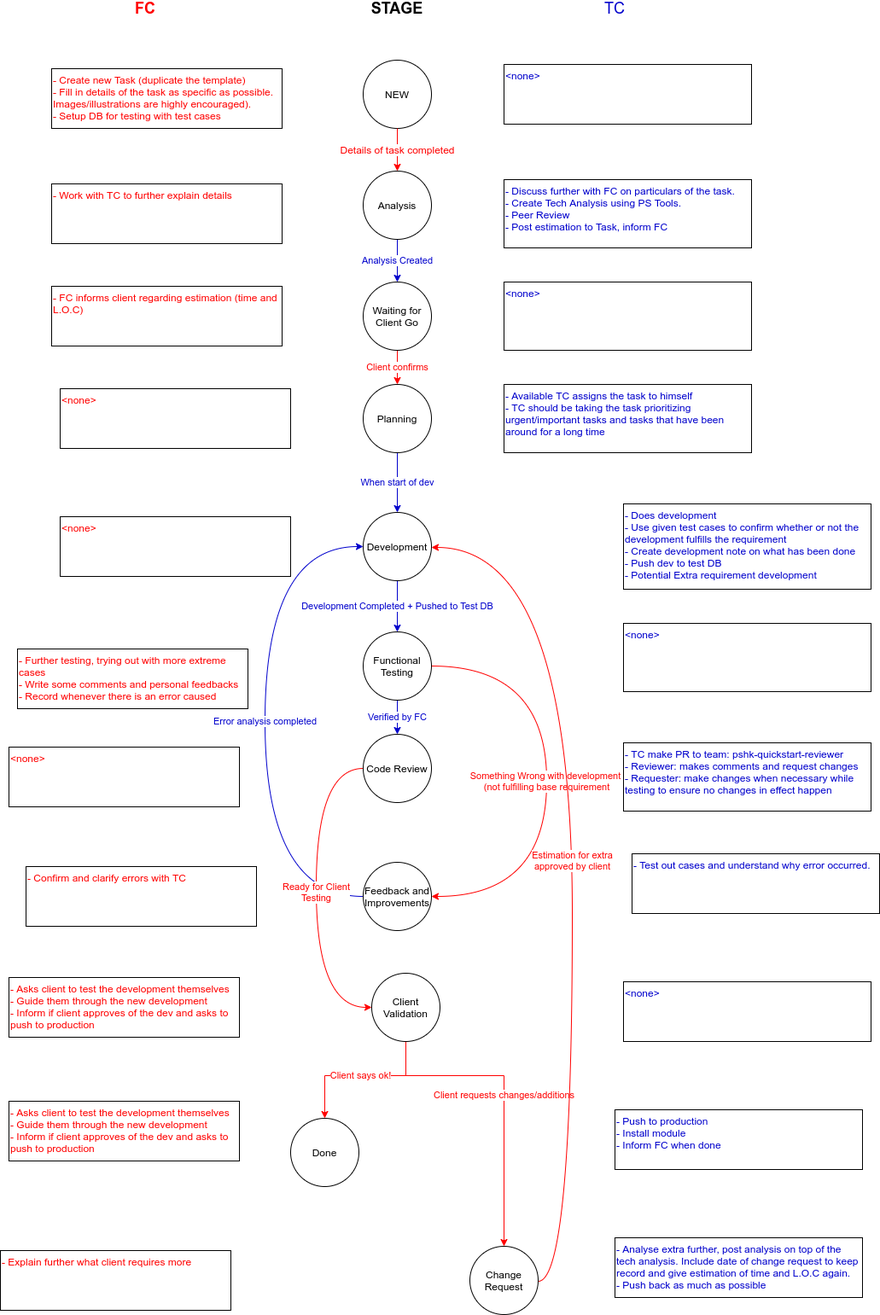
Earlier version of the draw.io export img/PSHK PROCESS.png (odoo-ps/pshk-process). Source tidied: cells renumbered, new cells last; positions are measured from the earlier drawing's top-left corner, leaving out a move shared by most shapes.
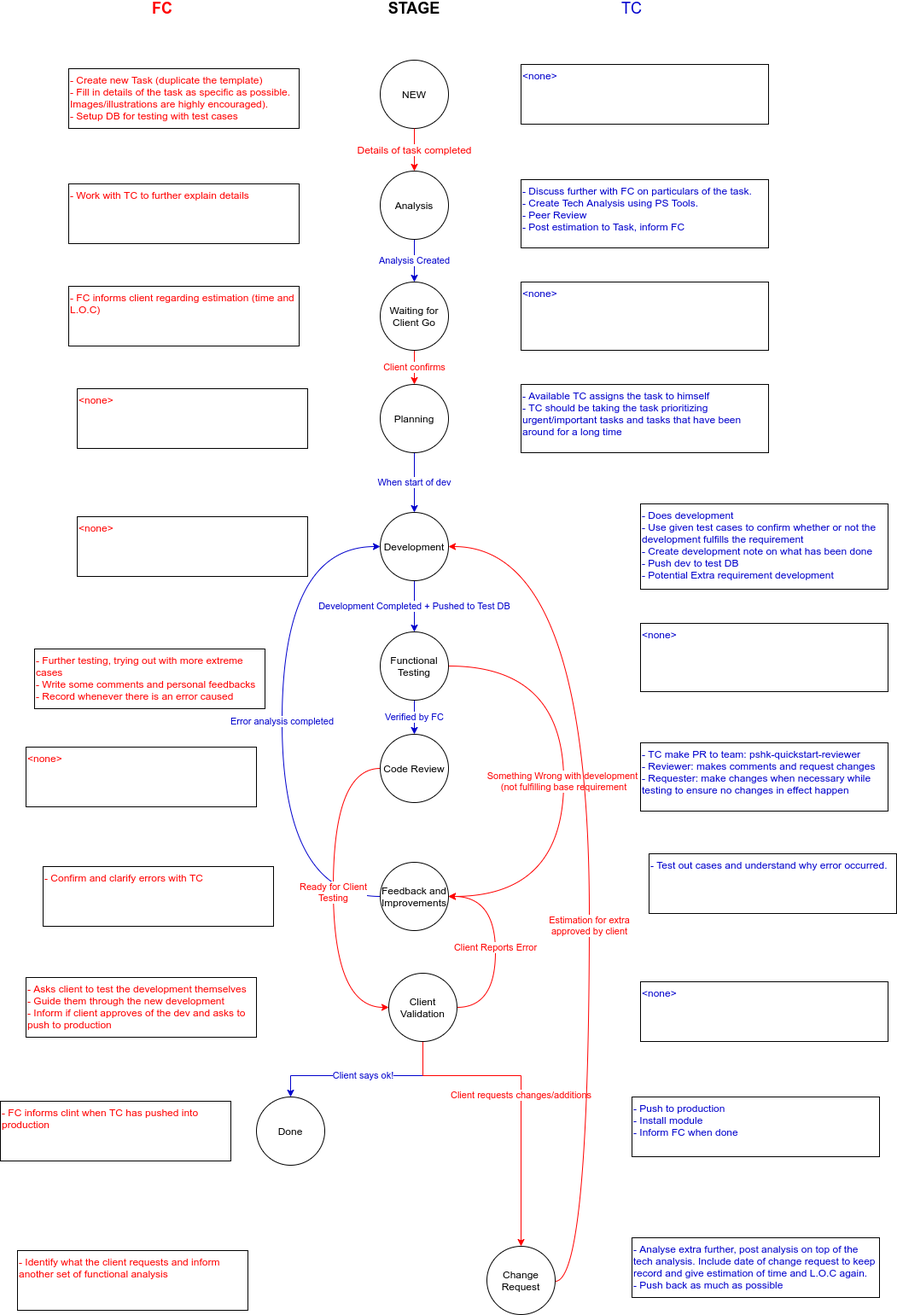
After the change.

Diff of the diagram source:
```diff
@@ -125,11 +125,11 @@
     <mxCell id="37" value="&amp;lt;none&amp;gt;" style="rounded=0;whiteSpace=wrap;html=1;labelBackgroundColor=#ffffff;fontSize=12;align=left;verticalAlign=top;fontColor=#FF0000;" parent="1" vertex="1">
       <mxGeometry x="10" y="875" width="270" height="70" as="geometry" />
     </mxCell>
-    <mxCell id="38" value="&lt;font color=&quot;#ff0000&quot;&gt;Client says ok!&lt;/font&gt;" style="edgeStyle=orthogonalEdgeStyle;jettySize=auto;html=1;strokeColor=#FF0000;rounded=0;" parent="1" edge="1" source="40" target="43">
+    <mxCell id="38" value="&lt;font color=&quot;#0000cc&quot;&gt;Client says ok!&lt;/font&gt;" style="edgeStyle=orthogonalEdgeStyle;jettySize=auto;html=1;rounded=0;strokeColor=#0000CC;entryX=0.5;entryY=0;entryDx=0;entryDy=0;" parent="1" edge="1" source="40" target="43">
       <mxGeometry relative="1" as="geometry">
         <Array as="points">
           <mxPoint x="475" y="1260" />
-          <mxPoint x="380" y="1260" />
+          <mxPoint x="320" y="1260" />
         </Array>
       </mxGeometry>
     </mxCell>
@@ -141,6 +141,14 @@
         </Array>
       </mxGeometry>
     </mxCell>
+    <mxCell id="50" value="&lt;font color=&quot;#ff0000&quot;&gt;Client Reports Error&lt;/font&gt;" style="edgeStyle=orthogonalEdgeStyle;jettySize=auto;html=1;entryX=1;entryY=0.5;entryDx=0;entryDy=0;curved=1;strokeColor=#FF0000;" parent="1" edge="1" source="40" target="31">
+      <mxGeometry relative="1" as="geometry">
+        <Array as="points">
+          <mxPoint x="560" y="1180" />
+          <mxPoint x="560" y="1050" />
+        </Array>
+      </mxGeometry>
+    </mxCell>
     <mxCell id="40" value="Client Validation" style="ellipse;whiteSpace=wrap;html=1;" parent="1" vertex="1">
       <mxGeometry x="435" y="1140" width="80" height="80" as="geometry" />
     </mxCell>
@@ -151,21 +159,20 @@
       <mxGeometry x="10" y="1145" width="270" height="70" as="geometry" />
     </mxCell>
     <mxCell id="43" value="Done" style="ellipse;whiteSpace=wrap;html=1;" parent="1" vertex="1">
-      <mxGeometry x="340" y="1310" width="80" height="80" as="geometry" />
+      <mxGeometry x="280" y="1285" width="80" height="80" as="geometry" />
     </mxCell>
     <mxCell id="44" value="- Push to production&lt;br&gt;- Install module&lt;br&gt;- Inform FC when done" style="rounded=0;whiteSpace=wrap;html=1;labelBackgroundColor=#ffffff;fontSize=12;fontColor=#0000CC;align=left;verticalAlign=top;" parent="1" vertex="1">
-      <mxGeometry x="720" y="1300" width="290" height="70" as="geometry" />
+      <mxGeometry x="720" y="1285" width="290" height="70" as="geometry" />
     </mxCell>
-    <mxCell id="45" value="- Asks client to test the development themselves&lt;br&gt;- Guide them through the new development&lt;br&gt;- Inform if client approves of the dev and asks to push to production" style="rounded=0;whiteSpace=wrap;html=1;labelBackgroundColor=#ffffff;fontSize=12;align=left;verticalAlign=top;fontColor=#FF0000;" parent="1" vertex="1">
-      <mxGeometry x="10" y="1290" width="270" height="70" as="geometry" />
+    <mxCell id="45" value="- FC informs clint when TC has pushed into production" style="rounded=0;whiteSpace=wrap;html=1;labelBackgroundColor=#ffffff;fontSize=12;align=left;verticalAlign=top;fontColor=#FF0000;" parent="1" vertex="1">
+      <mxGeometry x="-20" y="1290" width="270" height="70" as="geometry" />
     </mxCell>
-    <mxCell id="46" value="&lt;font color=&quot;#ff0000&quot;&gt;Estimation for extra&lt;br&gt;approved by client&lt;/font&gt;" style="edgeStyle=orthogonalEdgeStyle;orthogonalLoop=1;jettySize=auto;html=1;exitX=1;exitY=0.5;exitDx=0;exitDy=0;entryX=1;entryY=0.5;entryDx=0;entryDy=0;strokeColor=#FF0000;curved=1;" parent="1" edge="1">
-      <mxGeometry relative="1" as="geometry">
+    <mxCell id="46" value="&lt;font color=&quot;#ff0000&quot;&gt;Estimation for extra&lt;br&gt;approved by client&lt;/font&gt;" style="edgeStyle=orthogonalEdgeStyle;jettySize=auto;html=1;exitX=1;exitY=0.5;exitDx=0;exitDy=0;entryX=1;entryY=0.5;entryDx=0;entryDy=0;strokeColor=#FF0000;curved=1;" parent="1" edge="1" target="22">
+      <mxGeometry x="-0.14" relative="1" as="geometry">
         <mxPoint x="630" y="1501" as="sourcePoint" />
-        <mxPoint x="505" y="641" as="targetPoint" />
         <Array as="points">
           <mxPoint x="670" y="1501" />
-          <mxPoint x="670" y="641" />
+          <mxPoint x="670" y="640" />
         </Array>
       </mxGeometry>
     </mxCell>
@@ -175,7 +182,7 @@
     <mxCell id="48" value="- Analyse extra further, post analysis on top of the tech analysis. Include date of change request to keep record and give estimation of time and L.O.C again.&lt;br&gt;- Push back as much as possible" style="rounded=0;whiteSpace=wrap;html=1;labelBackgroundColor=#ffffff;fontSize=12;fontColor=#0000CC;align=left;verticalAlign=top;" parent="1" vertex="1">
       <mxGeometry x="720" y="1450" width="290" height="70" as="geometry" />
     </mxCell>
-    <mxCell id="49" value="- Explain further what client requires more" style="rounded=0;whiteSpace=wrap;html=1;labelBackgroundColor=#ffffff;fontSize=12;align=left;verticalAlign=top;fontColor=#FF0000;" parent="1" vertex="1">
+    <mxCell id="49" value="- Identify what the client requests and inform another set of functional analysis&lt;br&gt;" style="rounded=0;whiteSpace=wrap;html=1;labelBackgroundColor=#ffffff;fontSize=12;align=left;verticalAlign=top;fontColor=#FF0000;" parent="1" vertex="1">
       <mxGeometry y="1465" width="270" height="70" as="geometry" />
     </mxCell>
   </root>
```
